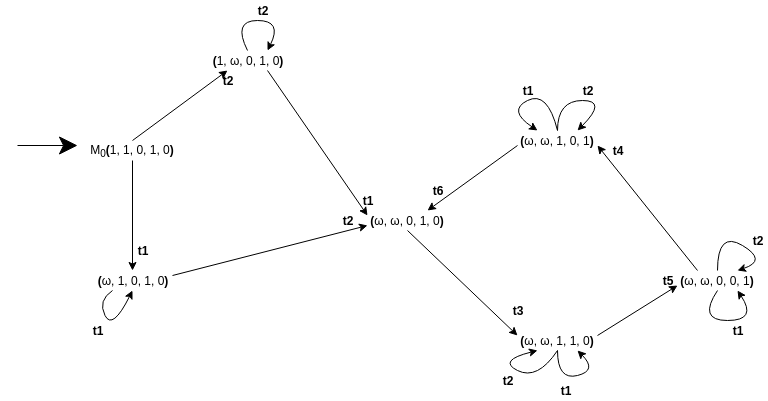
The draw.io diagram Rapport/img/petri_AC.png in ToastedPotato/GenieKek, before a commit. Source tidied: cells renumbered, new cells last; positions are measured from the earlier drawing's top-left corner, leaving out a move shared by most shapes.
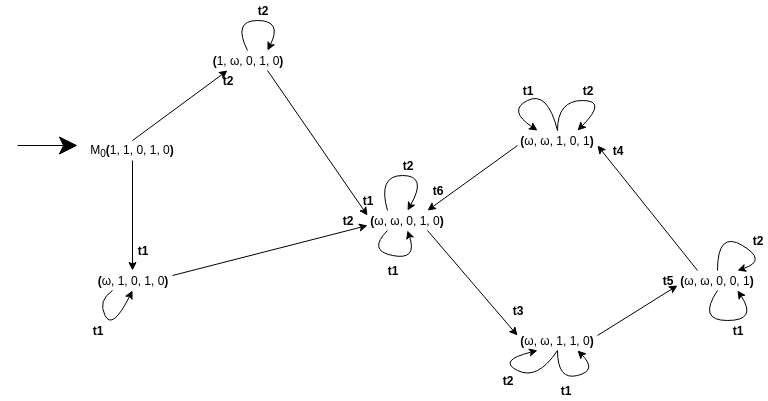
The same file after the commit.

Commit message:
rédaction du la section Pétri du rapport, mise à jour de l'arbre de couverture

Change to the diagram source:
```diff
@@ -46,7 +46,7 @@
     <mxCell id="15" value="&lt;b&gt;(&lt;/b&gt;ω, ω, 1, 1, 0&lt;b&gt;)&lt;/b&gt;" style="text;html=1;strokeColor=none;fillColor=none;align=center;verticalAlign=middle;whiteSpace=wrap;rounded=0;" parent="1" vertex="1">
       <mxGeometry x="500" y="330" width="80" height="20" as="geometry" />
     </mxCell>
-    <mxCell id="16" style="endArrow=classic;html=1;entryX=0;entryY=0.25;entryDx=0;entryDy=0;exitX=0.5;exitY=1;exitDx=0;exitDy=0;" parent="1" edge="1" source="10" target="15">
+    <mxCell id="16" style="endArrow=classic;html=1;entryX=0;entryY=0.25;entryDx=0;entryDy=0;exitX=0.75;exitY=1;exitDx=0;exitDy=0;" parent="1" edge="1" source="10" target="15">
       <mxGeometry relative="1" as="geometry" />
     </mxCell>
     <mxCell id="17" value="&lt;b&gt;t3&lt;/b&gt;" style="text;html=1;strokeColor=none;fillColor=none;align=center;verticalAlign=middle;whiteSpace=wrap;rounded=0;" parent="1" vertex="1">
@@ -164,5 +164,27 @@
     <mxCell id="41" value="&lt;b&gt;t2&lt;/b&gt;" style="text;html=1;strokeColor=none;fillColor=none;align=center;verticalAlign=middle;whiteSpace=wrap;rounded=0;" parent="1" vertex="1">
       <mxGeometry x="730" y="230" width="20" height="20" as="geometry" />
     </mxCell>
+    <mxCell id="42" style="curved=1;endArrow=classic;html=1;entryX=0.5;entryY=0;entryDx=0;entryDy=0;exitX=0.25;exitY=0;exitDx=0;exitDy=0;" parent="1" edge="1" source="10" target="10">
+      <mxGeometry relative="1" as="geometry">
+        <Array as="points">
+          <mxPoint x="360" y="175" />
+          <mxPoint x="410" y="175" />
+        </Array>
+      </mxGeometry>
+    </mxCell>
+    <mxCell id="43" value="&lt;b&gt;t2&lt;/b&gt;" style="text;html=1;strokeColor=none;fillColor=none;align=center;verticalAlign=middle;whiteSpace=wrap;rounded=0;" parent="1" vertex="1">
+      <mxGeometry x="380" y="155" width="20" height="20" as="geometry" />
+    </mxCell>
+    <mxCell id="44" style="curved=1;endArrow=classic;html=1;entryX=0.5;entryY=1;entryDx=0;entryDy=0;exitX=0.25;exitY=1;exitDx=0;exitDy=0;" parent="1" edge="1" source="10" target="10">
+      <mxGeometry relative="1" as="geometry">
+        <Array as="points">
+          <mxPoint x="350" y="250" />
+          <mxPoint x="400" y="260" />
+        </Array>
+      </mxGeometry>
+    </mxCell>
+    <mxCell id="45" value="&lt;b&gt;t1&lt;/b&gt;" style="text;html=1;strokeColor=none;fillColor=none;align=center;verticalAlign=middle;whiteSpace=wrap;rounded=0;" parent="1" vertex="1">
+      <mxGeometry x="365" y="260" width="20" height="20" as="geometry" />
+    </mxCell>
   </root>
 </mxGraphModel>
```
